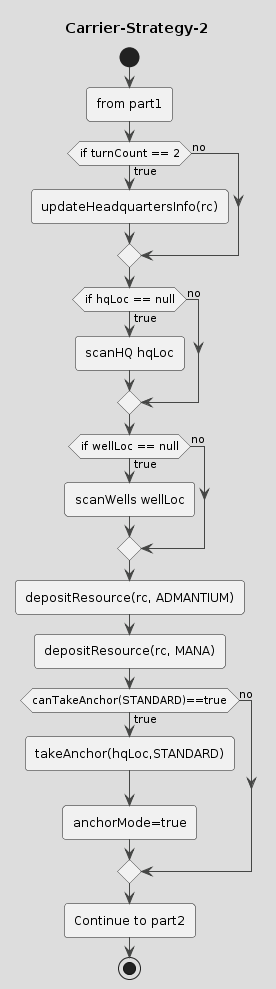
Above: drawings/Carrier-Strategy-2.png in coding-to-music/plantuml-diagram-examples (PlantUML), before the change. Source of this version:
```plantuml
@startuml Carrier-Strategy-2
!theme toy
title Carrier-Strategy-2
start

:from part1;

if (if turnCount == 2) then (true)
:updateHeadquartersInfo(rc);
else (no)
endif
if (if hqLoc == null) then (true)
:scanHQ hqLoc;
else (no)
endif
if (if wellLoc == null) then (true)
:scanWells wellLoc;
else (no)
endif

:depositResource(rc, ADMANTIUM);

:depositResource(rc, MANA);

if (canTakeAnchor(STANDARD)==true) then (true)
:takeAnchor(hqLoc,STANDARD);
:anchorMode=true;
else (no)
endif


:Continue to part2;
stop
@enduml
```
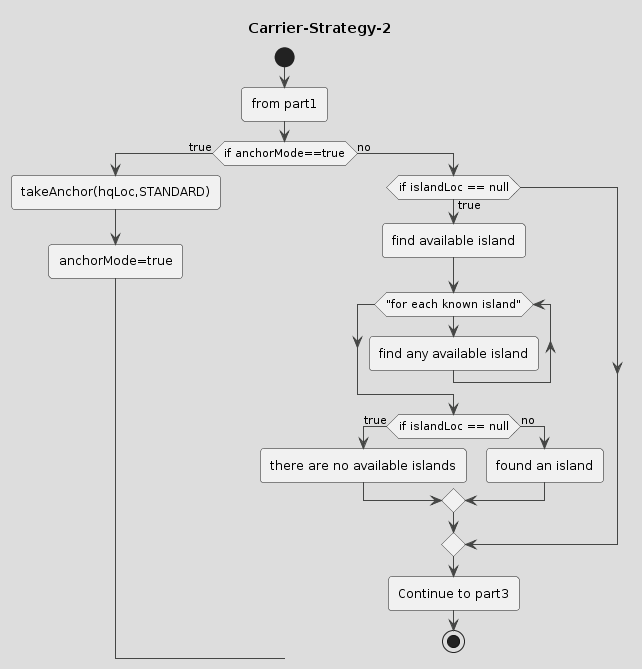
After the change.

What changed in the source:
```diff
@@ -5,30 +5,22 @@
 
 :from part1;
 
-if (if turnCount == 2) then (true)
-:updateHeadquartersInfo(rc);
+if (if anchorMode==true) then (true)
+    :takeAnchor(hqLoc,STANDARD);
+    :anchorMode=true;
 else (no)
-endif
-if (if hqLoc == null) then (true)
-:scanHQ hqLoc;
-else (no)
-endif
-if (if wellLoc == null) then (true)
-:scanWells wellLoc;
-else (no)
+    if(if islandLoc == null) then (true)
+    :find available island;
+    while ("for each known island")
+        :find any available island;
+    endwhile
+    if(if islandLoc == null) then (true)
+    :there are no available islands;
+    else (no)
+    :found an island;
+    endif
 endif
 
-:depositResource(rc, ADMANTIUM);
-
-:depositResource(rc, MANA);
-
-if (canTakeAnchor(STANDARD)==true) then (true)
-:takeAnchor(hqLoc,STANDARD);
-:anchorMode=true;
-else (no)
-endif
-
-
-:Continue to part2;
+:Continue to part3;
 stop
 @enduml
```
